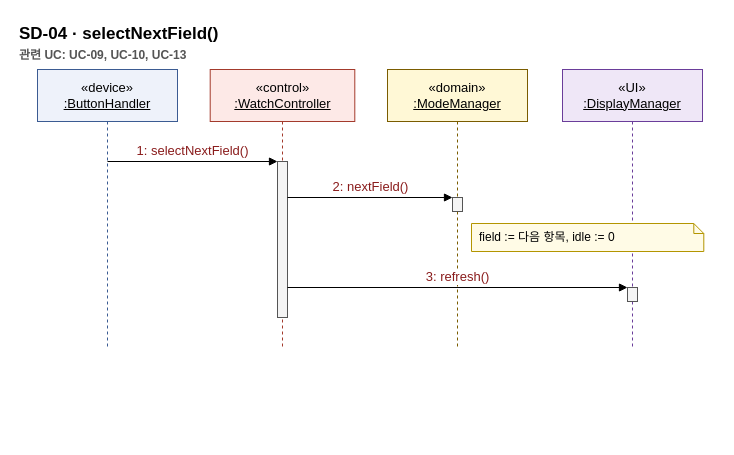
Above: page "SD-04 selectNextField()" (4 of 16) of docs/OOAD/practice/sd/DigitalWatch_SequenceDiagrams.drawio in sspring2048/AssoArch (draw.io), before the change. Source tidied: cells renumbered, new cells numbered last; positions are measured from the earlier drawing's top-left corner, leaving out a move shared by most shapes. Both pictures are drawn from the tidied source at 100%, with x=0, y=0 at pixel (17, 17).
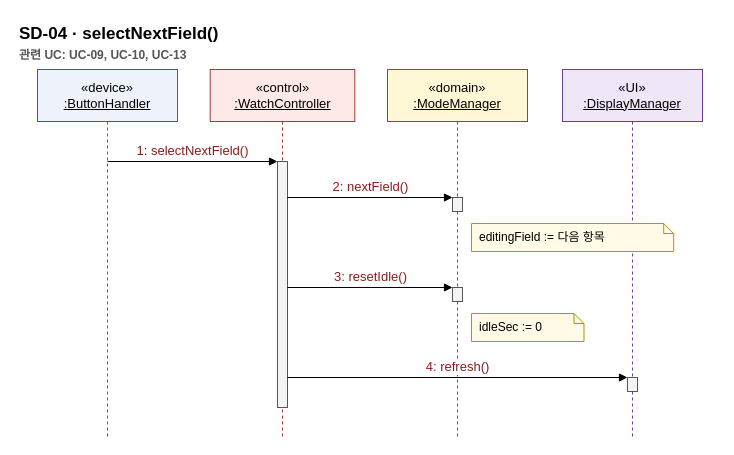
Above is the later version.

Change to the diagram source:
```diff
@@
     <mxCell id="3" value="«device»&lt;br&gt;&lt;u&gt;:ButtonHandler&lt;/u&gt;" style="shape=umlLifeline;perimeter=lifelinePerimeter;whiteSpace=wrap;html=1;size=52;fillColor=#eef2fa;strokeColor=#3b5b92;fontSize=13;" parent="1" vertex="1">
-      <mxGeometry x="20" y="52" width="140" height="278" as="geometry" />
+      <mxGeometry x="20" y="52" width="140" height="368" as="geometry" />
     </mxCell>
     <mxCell id="4" value="«control»&lt;br&gt;&lt;u&gt;:WatchController&lt;/u&gt;" style="shape=umlLifeline;perimeter=lifelinePerimeter;whiteSpace=wrap;html=1;size=52;fillColor=#fde9e7;strokeColor=#a33a2c;fontSize=13;" parent="1" vertex="1">
-      <mxGeometry x="192.7" y="52" width="144.6" height="278" as="geometry" />
+      <mxGeometry x="192.7" y="52" width="144.6" height="368" as="geometry" />
     </mxCell>
     <mxCell id="5" value="«domain»&lt;br&gt;&lt;u&gt;:ModeManager&lt;/u&gt;" style="shape=umlLifeline;perimeter=lifelinePerimeter;whiteSpace=wrap;html=1;size=52;fillColor=#fff8d6;strokeColor=#7a5c00;fontSize=13;" parent="1" vertex="1">
-      <mxGeometry x="370" y="52" width="140" height="278" as="geometry" />
+      <mxGeometry x="370" y="52" width="140" height="368" as="geometry" />
     </mxCell>
     <mxCell id="6" value="«UI»&lt;br&gt;&lt;u&gt;:DisplayManager&lt;/u&gt;" style="shape=umlLifeline;perimeter=lifelinePerimeter;whiteSpace=wrap;html=1;size=52;fillColor=#efe7f7;strokeColor=#6a3d9a;fontSize=13;" parent="1" vertex="1">
-      <mxGeometry x="545" y="52" width="140" height="278" as="geometry" />
+      <mxGeometry x="545" y="52" width="140" height="368" as="geometry" />
     </mxCell>
@@
     <mxCell id="8" style="html=1;perimeter=orthogonalPerimeter;fillColor=#f4f4f4;strokeColor=#555555;" parent="1" vertex="1">
-      <mxGeometry x="610" y="270" width="10" height="14" as="geometry" />
+      <mxGeometry x="435" y="270" width="10" height="14" as="geometry" />
     </mxCell>
     <mxCell id="9" style="html=1;perimeter=orthogonalPerimeter;fillColor=#f4f4f4;strokeColor=#555555;" parent="1" vertex="1">
-      <mxGeometry x="260" y="144" width="10" height="156" as="geometry" />
+      <mxGeometry x="610" y="360" width="10" height="14" as="geometry" />
     </mxCell>
-    <mxCell id="10" value="1: selectNextField()" style="html=1;verticalAlign=bottom;endArrow=block;endFill=1;fontSize=13;fontColor=#8a1c1c;" parent="1" edge="1">
-      <mxGeometry relative="1" as="geometry">
-        <mxPoint x="90" y="144" as="sourcePoint" />
-        <mxPoint x="260" y="144" as="targetPoint" />
-      </mxGeometry>
+    <mxCell id="10" style="html=1;perimeter=orthogonalPerimeter;fillColor=#f4f4f4;strokeColor=#555555;" parent="1" vertex="1">
+      <mxGeometry x="260" y="144" width="10" height="246" as="geometry" />
     </mxCell>
-    <mxCell id="11" value="2: nextField()" style="html=1;verticalAlign=bottom;endArrow=block;endFill=1;fontSize=13;fontColor=#8a1c1c;" parent="1" edge="1">
+    <mxCell id="11" value="1: selectNextField()" style="html=1;verticalAlign=bottom;endArrow=block;endFill=1;fontSize=13;fontColor=#8a1c1c;" parent="1" edge="1">
       <mxGeometry relative="1" as="geometry">
-        <mxPoint x="270" y="180" as="sourcePoint" />
-        <mxPoint x="435" y="180" as="targetPoint" />
+        <mxPoint x="90" y="144" as="sourcePoint" />
+        <mxPoint x="260" y="144" as="targetPoint" />
       </mxGeometry>
     </mxCell>
-    <mxCell id="12" value="field := 다음 항목, idle := 0" style="shape=note;size=10;whiteSpace=wrap;html=1;align=left;spacingLeft=6;fontSize=12;fillColor=#fffbe6;strokeColor=#b39500;" parent="1" vertex="1">
-      <mxGeometry x="454" y="206" width="232.3" height="28" as="geometry" />
+    <mxCell id="12" value="2: nextField()" style="html=1;verticalAlign=bottom;endArrow=block;endFill=1;fontSize=13;fontColor=#8a1c1c;" parent="1" edge="1">
+      <mxGeometry relative="1" as="geometry">
+        <mxPoint x="270" y="180" as="sourcePoint" />
+        <mxPoint x="435" y="180" as="targetPoint" />
+      </mxGeometry>
     </mxCell>
-    <mxCell id="13" value="3: refresh()" style="html=1;verticalAlign=bottom;endArrow=block;endFill=1;fontSize=13;fontColor=#8a1c1c;" parent="1" edge="1">
-      <mxGeometry relative="1" as="geometry">
-        <mxPoint x="270" y="270" as="sourcePoint" />
-        <mxPoint x="610" y="270" as="targetPoint" />
-      </mxGeometry>
+    <mxCell id="13" value="editingField := 다음 항목" style="shape=note;size=10;whiteSpace=wrap;html=1;align=left;spacingLeft=6;fontSize=12;fillColor=#fffbe6;strokeColor=#b39500;" parent="1" vertex="1">
+      <mxGeometry x="454" y="206" width="202.2" height="28" as="geometry" />
     </mxCell>
+    <mxCell id="14" value="3: resetIdle()" style="html=1;verticalAlign=bottom;endArrow=block;endFill=1;fontSize=13;fontColor=#8a1c1c;" parent="1" edge="1">
+      <mxGeometry relative="1" as="geometry">
+        <mxPoint x="270" y="270" as="sourcePoint" />
+        <mxPoint x="435" y="270" as="targetPoint" />
+      </mxGeometry>
+    </mxCell>
+    <mxCell id="15" value="idleSec := 0" style="shape=note;size=10;whiteSpace=wrap;html=1;align=left;spacingLeft=6;fontSize=12;fillColor=#fffbe6;strokeColor=#b39500;" parent="1" vertex="1">
+      <mxGeometry x="454" y="296" width="112.5" height="28" as="geometry" />
+    </mxCell>
+    <mxCell id="16" value="4: refresh()" style="html=1;verticalAlign=bottom;endArrow=block;endFill=1;fontSize=13;fontColor=#8a1c1c;" parent="1" edge="1">
+      <mxGeometry relative="1" as="geometry">
+        <mxPoint x="270" y="360" as="sourcePoint" />
+        <mxPoint x="610" y="360" as="targetPoint" />
+      </mxGeometry>
+    </mxCell>
```
